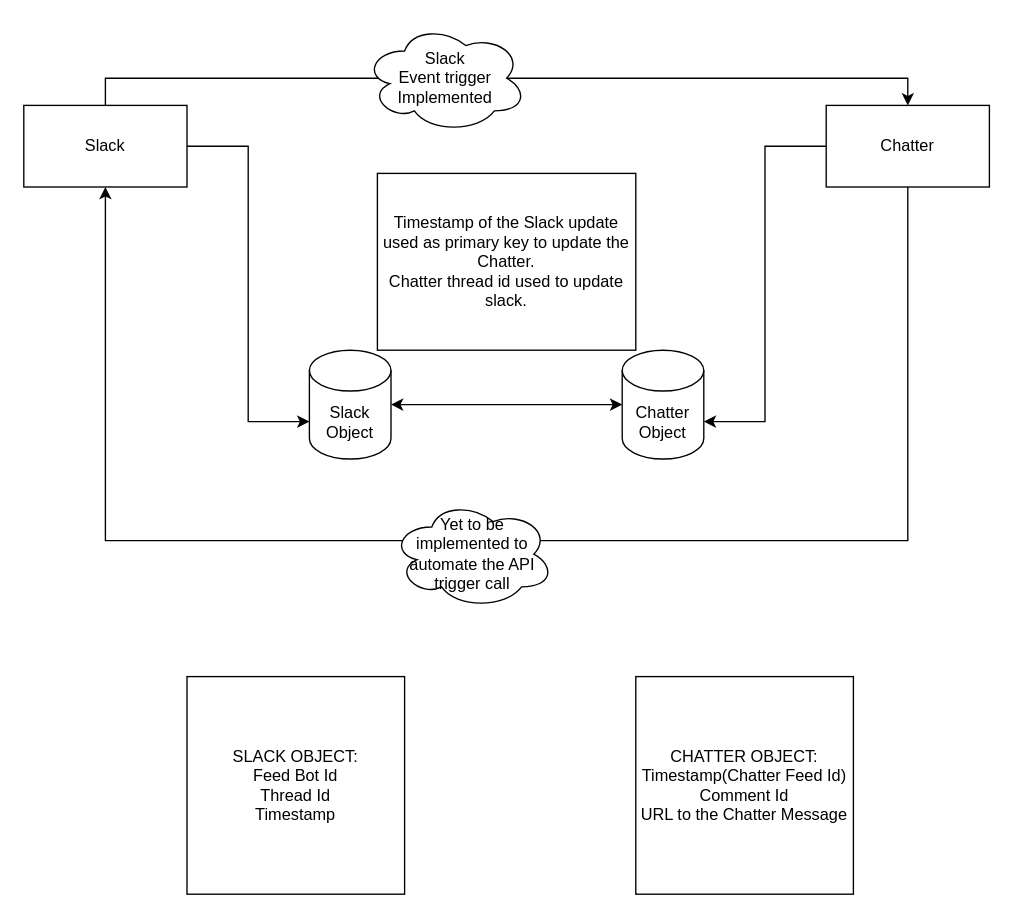
sumanchatterjee3/draw-io keeps this draw.io diagram as page "Page-2" (2 of 7) of slack-salesforce-feed-sync.drawio. Above is the earlier version. Source tidied: cells renumbered, new cells numbered last; positions are measured from the earlier drawing's top-left corner, leaving out a move shared by most shapes. Both pictures are drawn from the tidied source at 136%, with x=0, y=0 at pixel (23, 23).
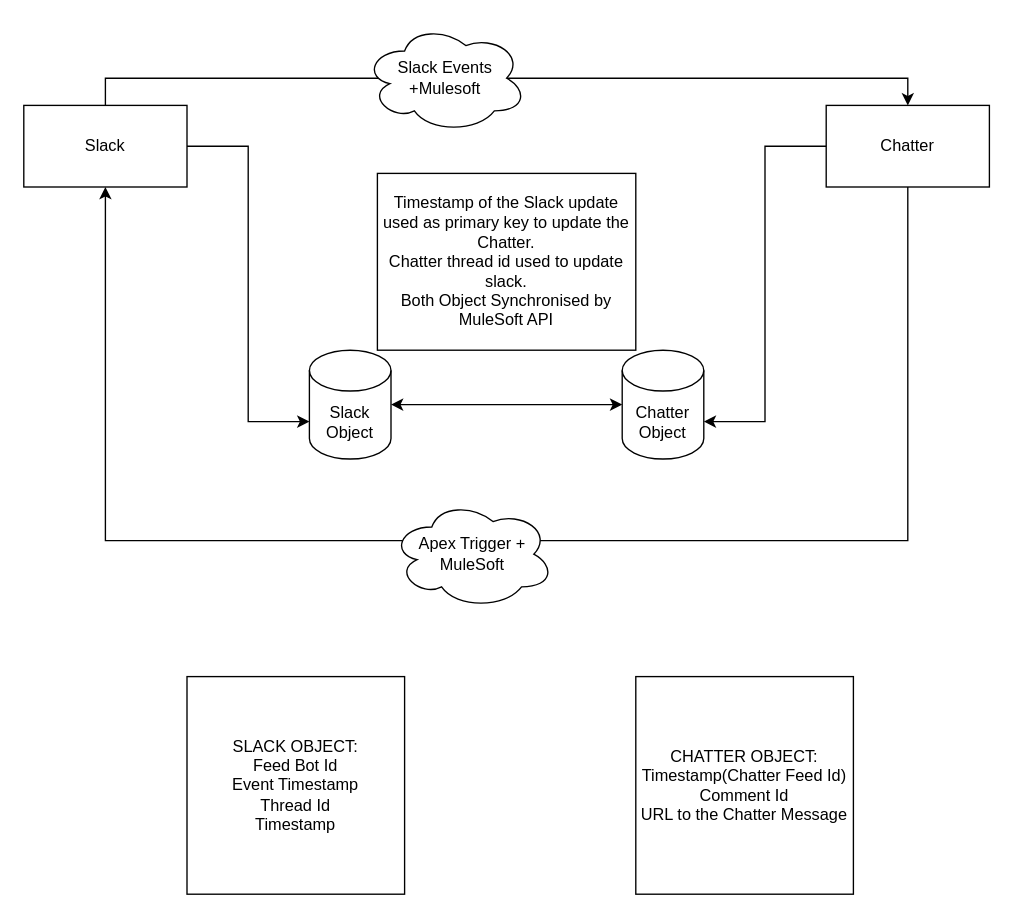
Above is the later version.

Change to the diagram source:
```diff
@@
 <mxGraphModel background="#FFFFFF">
   <root>
     <mxCell id="0" />
     <mxCell id="1" parent="0" />
     <mxCell id="2" style="edgeStyle=orthogonalEdgeStyle;rounded=0;jettySize=auto;html=1;entryX=0.5;entryY=0;entryDx=0;entryDy=0;exitX=0.5;exitY=0;exitDx=0;exitDy=0;" parent="1" edge="1" source="3" target="5">
       <mxGeometry relative="1" as="geometry" />
     </mxCell>
     <mxCell id="3" value="Slack" style="rounded=0;whiteSpace=wrap;html=1;" parent="1" vertex="1">
       <mxGeometry y="60" width="120" height="60" as="geometry" />
     </mxCell>
     <mxCell id="4" style="edgeStyle=orthogonalEdgeStyle;rounded=0;jettySize=auto;html=1;entryX=0.5;entryY=1;entryDx=0;entryDy=0;exitX=0.5;exitY=1;exitDx=0;exitDy=0;" parent="1" edge="1" source="5" target="3">
       <mxGeometry relative="1" as="geometry">
         <Array as="points">
           <mxPoint x="650" y="380" />
           <mxPoint x="60" y="380" />
         </Array>
       </mxGeometry>
     </mxCell>
     <mxCell id="5" value="Chatter" style="rounded=0;whiteSpace=wrap;html=1;" parent="1" vertex="1">
       <mxGeometry x="590" y="60" width="120" height="60" as="geometry" />
     </mxCell>
     <mxCell id="6" value="Slack&lt;br&gt;Object" style="shape=cylinder3;whiteSpace=wrap;html=1;boundedLbl=1;backgroundOutline=1;size=15;" parent="1" vertex="1">
       <mxGeometry x="210" y="240" width="60" height="80" as="geometry" />
     </mxCell>
     <mxCell id="7" value="Chatter&lt;br&gt;Object" style="shape=cylinder3;whiteSpace=wrap;html=1;boundedLbl=1;backgroundOutline=1;size=15;" parent="1" vertex="1">
       <mxGeometry x="440" y="240" width="60" height="80" as="geometry" />
     </mxCell>
     <mxCell id="8" style="edgeStyle=orthogonalEdgeStyle;rounded=0;jettySize=auto;html=1;entryX=0;entryY=0;entryDx=0;entryDy=52.5;entryPerimeter=0;" parent="1" edge="1" source="3" target="6">
       <mxGeometry relative="1" as="geometry" />
     </mxCell>
     <mxCell id="9" style="edgeStyle=orthogonalEdgeStyle;rounded=0;jettySize=auto;html=1;entryX=1;entryY=0;entryDx=0;entryDy=52.5;entryPerimeter=0;" parent="1" edge="1" source="5" target="7">
       <mxGeometry relative="1" as="geometry" />
     </mxCell>
     <mxCell id="10" style="edgeStyle=orthogonalEdgeStyle;rounded=0;jettySize=auto;html=1;entryX=0;entryY=0.5;entryDx=0;entryDy=0;entryPerimeter=0;endArrow=classic;endFill=1;startArrow=classic;startFill=1;" parent="1" edge="1" source="6" target="7">
       <mxGeometry relative="1" as="geometry" />
     </mxCell>
-    <mxCell id="11" value="Yet to be implemented to automate the API trigger call" style="ellipse;shape=cloud;whiteSpace=wrap;html=1;" parent="1" vertex="1">
+    <mxCell id="11" value="Apex Trigger + MuleSoft" style="ellipse;shape=cloud;whiteSpace=wrap;html=1;" parent="1" vertex="1">
       <mxGeometry x="270" y="350" width="120" height="80" as="geometry" />
     </mxCell>
-    <mxCell id="12" value="Slack&lt;br&gt;Event trigger&lt;br&gt;Implemented" style="ellipse;shape=cloud;whiteSpace=wrap;html=1;" parent="1" vertex="1">
+    <mxCell id="12" value="Slack Events +Mulesoft" style="ellipse;shape=cloud;whiteSpace=wrap;html=1;" parent="1" vertex="1">
       <mxGeometry x="250" width="120" height="80" as="geometry" />
     </mxCell>
-    <mxCell id="13" value="Timestamp of the Slack update used as primary key to update the Chatter.&lt;br&gt;Chatter thread id used to update slack." style="rounded=0;whiteSpace=wrap;html=1;" parent="1" vertex="1">
+    <mxCell id="13" value="Timestamp of the Slack update used as primary key to update the Chatter.&lt;br&gt;Chatter thread id used to update slack.&lt;br&gt;Both Object Synchronised by MuleSoft API" style="rounded=0;whiteSpace=wrap;html=1;" parent="1" vertex="1">
       <mxGeometry x="260" y="110" width="190" height="130" as="geometry" />
     </mxCell>
-    <mxCell id="14" value="SLACK OBJECT:&lt;br&gt;Feed Bot Id&lt;br&gt;Thread Id&lt;br&gt;Timestamp" style="rounded=0;whiteSpace=wrap;html=1;" parent="1" vertex="1">
+    <mxCell id="14" value="SLACK OBJECT:&lt;br&gt;Feed Bot Id&lt;br&gt;Event Timestamp&lt;br&gt;Thread Id&lt;br&gt;Timestamp" style="rounded=0;whiteSpace=wrap;html=1;" parent="1" vertex="1">
       <mxGeometry x="120" y="480" width="160" height="160" as="geometry" />
     </mxCell>
     <mxCell id="15" value="CHATTER OBJECT:&lt;br&gt;Timestamp(Chatter Feed Id)&lt;br&gt;Comment Id&lt;br&gt;URL to the Chatter Message" style="rounded=0;whiteSpace=wrap;html=1;" parent="1" vertex="1">
       <mxGeometry x="450" y="480" width="160" height="160" as="geometry" />
     </mxCell>
   </root>
 </mxGraphModel>
```
